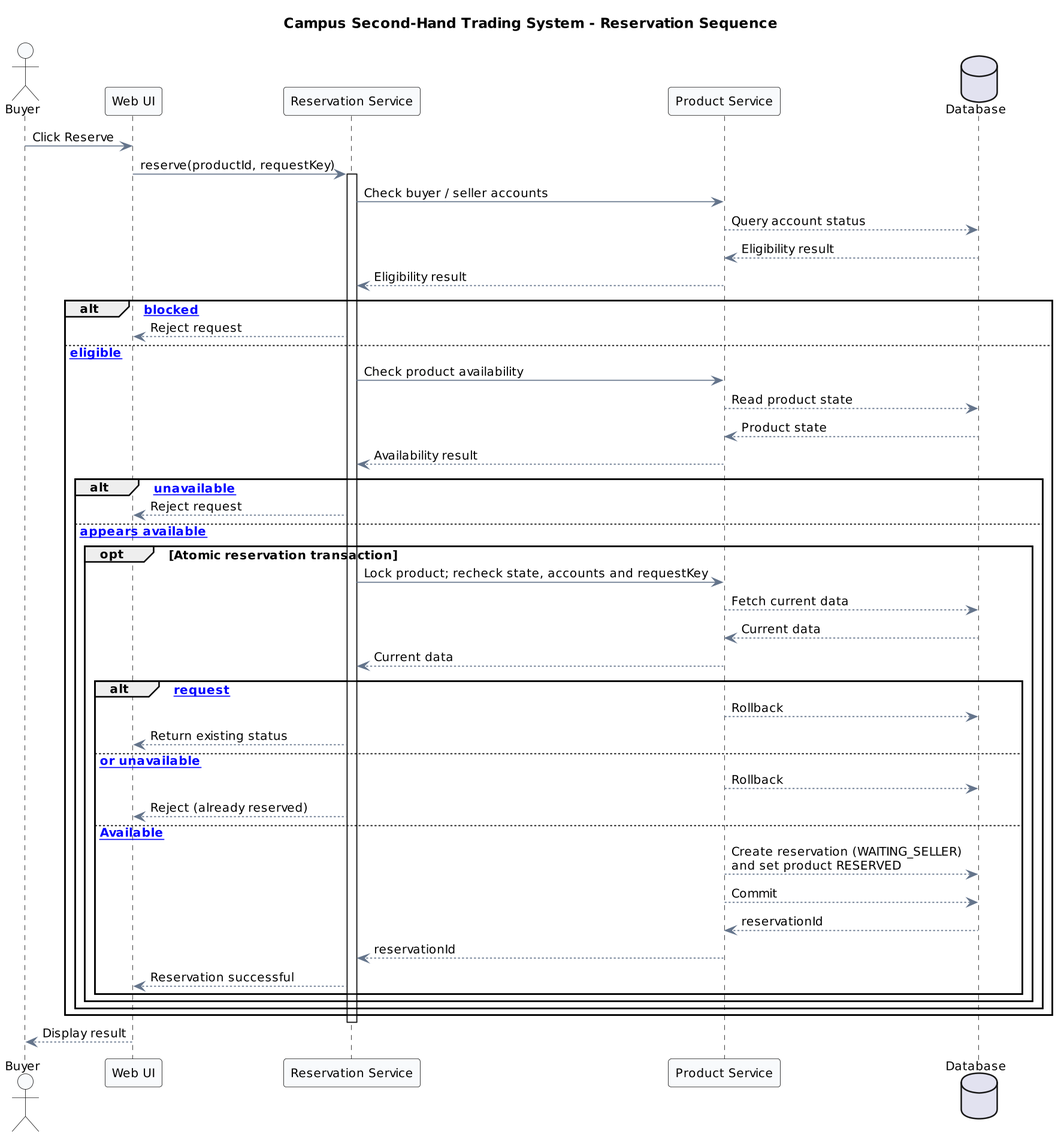
The PlantUML diagram lab2/UML/UML时序图.png in h53733856-cyber/Software-Engineering-Course, before a commit. Source of this version:
```plantuml
@startuml UML时序图

title Campus Second-Hand Trading System - Reservation Sequence
skinparam sequence {
  Actor {
    BackgroundColor #F8FAFC
  }
  Participant {
    BackgroundColor #F8FAFC
  }
  Message {
    FontSize 11
  }
  ArrowColor #64748B
}
skinparam defaultFontName "DejaVu Sans"
skinparam defaultFontSize 12
skinparam dpi 160

actor Buyer
participant "Web UI" as UI
participant "Reservation Service" as RS
participant "Product Service" as PS
database Database

Buyer -> UI : Click Reserve
UI -> RS : reserve(productId, requestKey)
activate RS

RS -> PS : Check buyer / seller accounts
PS --> Database : Query account status
Database --> PS : Eligibility result
PS --> RS : Eligibility result

alt [Account blocked]
    RS --> UI : Reject request
else [Accounts eligible]
    RS -> PS : Check product availability
    PS --> Database : Read product state
    Database --> PS : Product state
    PS --> RS : Availability result

    alt [Product unavailable]
        RS --> UI : Reject request
    else [Product appears available]
        opt Atomic reservation transaction
            RS -> PS : Lock product; recheck state, accounts and requestKey
            PS --> Database : Fetch current data
            Database --> PS : Current data
            PS --> RS : Current data

            alt [Duplicate request]
                PS --> Database : Rollback
                RS --> UI : Return existing status
            else [Conflict or unavailable]
                PS --> Database : Rollback
                RS --> UI : Reject (already reserved)
            else [Available]
                PS --> Database : Create reservation (WAITING_SELLER)\nand set product RESERVED
                PS --> Database : Commit
                Database --> PS : reservationId
                PS --> RS : reservationId
                RS --> UI : Reservation successful
            end
        end
    end
end

deactivate RS
UI --> Buyer : Display result
@enduml
```
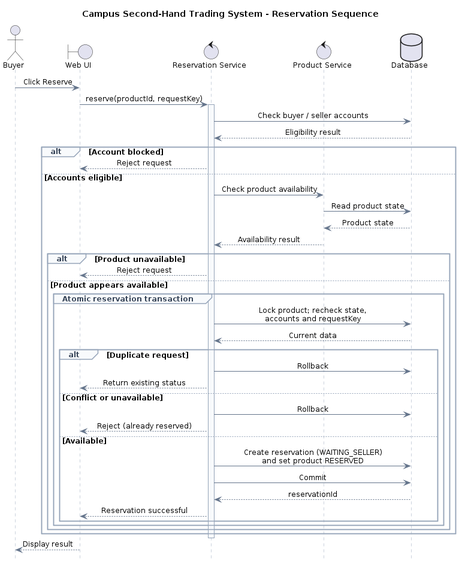
The same file after the commit.

Change to the diagram source:
```diff
@@ -1,65 +1,67 @@
 @startuml UML时序图
 
 title Campus Second-Hand Trading System - Reservation Sequence
+
+hide footbox
+skinparam backgroundColor #FFFFFF
+skinparam shadowing false
+skinparam defaultFontName Arial
+skinparam defaultFontSize 12
+skinparam ParticipantPadding 12
+skinparam BoxPadding 8
+skinparam responseMessageBelowArrow false
+skinparam sequenceMessageAlign center
+
 skinparam sequence {
-  Actor {
-    BackgroundColor #F8FAFC
-  }
-  Participant {
-    BackgroundColor #F8FAFC
-  }
-  Message {
-    FontSize 11
-  }
-  ArrowColor #64748B
+    ArrowColor #64748B
+    LifeLineBorderColor #94A3B8
+    LifeLineBackgroundColor #F8FAFC
+    ParticipantBorderColor #64748B
+    ParticipantBackgroundColor #EFF4F9
+    ParticipantFontColor #1E293B
+    GroupBorderColor #94A3B8
+    GroupBackgroundColor #F8FAFC
+    GroupHeaderFontColor #334155
 }
-skinparam defaultFontName "DejaVu Sans"
-skinparam defaultFontSize 12
-skinparam dpi 160
 
 actor Buyer
-participant "Web UI" as UI
-participant "Reservation Service" as RS
-participant "Product Service" as PS
-database Database
+boundary "Web UI" as UI
+control "Reservation Service" as RS
+control "Product Service" as PS
+database "Database" as DB
 
 Buyer -> UI : Click Reserve
 UI -> RS : reserve(productId, requestKey)
 activate RS
 
-RS -> PS : Check buyer / seller accounts
-PS --> Database : Query account status
-Database --> PS : Eligibility result
-PS --> RS : Eligibility result
+RS -> DB : Check buyer / seller accounts
+DB --> RS : Eligibility result
 
-alt [Account blocked]
+alt Account blocked
     RS --> UI : Reject request
-else [Accounts eligible]
+else Accounts eligible
     RS -> PS : Check product availability
-    PS --> Database : Read product state
-    Database --> PS : Product state
+    PS -> DB : Read product state
+    DB --> PS : Product state
     PS --> RS : Availability result
 
-    alt [Product unavailable]
+    alt Product unavailable
         RS --> UI : Reject request
-    else [Product appears available]
-        opt Atomic reservation transaction
-            RS -> PS : Lock product; recheck state, accounts and requestKey
-            PS --> Database : Fetch current data
-            Database --> PS : Current data
-            PS --> RS : Current data
+    else Product appears available
+        group Atomic reservation transaction
+            RS -> DB : Lock product; recheck state,\naccounts and requestKey
+            DB --> RS : Current data
 
-            alt [Duplicate request]
-                PS --> Database : Rollback
+            alt Duplicate request
+                RS -> DB : Rollback
                 RS --> UI : Return existing status
-            else [Conflict or unavailable]
-                PS --> Database : Rollback
+            else Conflict or unavailable
+                RS -> DB : Rollback
                 RS --> UI : Reject (already reserved)
-            else [Available]
-                PS --> Database : Create reservation (WAITING_SELLER)\nand set product RESERVED
-                PS --> Database : Commit
-                Database --> PS : reservationId
-                PS --> RS : reservationId
+            else Available
+                RS -> DB : Create reservation (WAITING_SELLER)\nand set product RESERVED
+                RS -> DB : Commit
+                DB --> RS : reservationId
                 RS --> UI : Reservation successful
             end
         end
@@ -68,4 +70,5 @@
 
 deactivate RS
 UI --> Buyer : Display result
+
 @enduml
```
